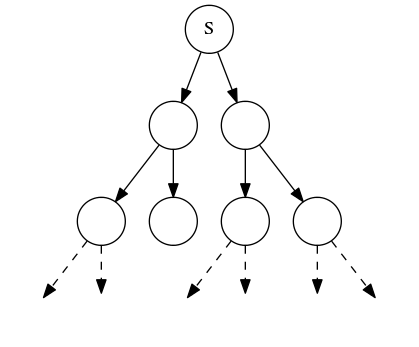
The Graphviz diagram assets/pompend-lemma-parsetree-gesnoeid.png in NorfairKing/ab-notities, before a commit. Its source is kept beside it as assets/pompend-lemma-parsetree-gesnoeid.dot.
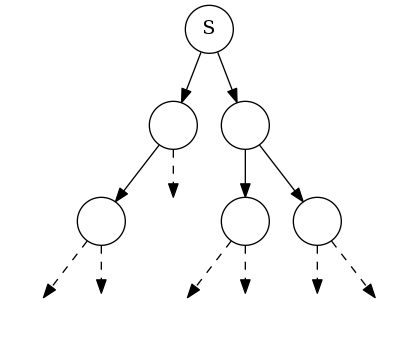
The same file after the commit.

Diff of the diagram source:
```diff
@@ -8,13 +8,13 @@
     s -> s1b;
 
     s1a -> s2a;
-    s1a -> c
 
     s1b -> s3a;
     s1b -> s3b;
 
     node [style="invis"];
     edge [style="dashed"];
+    s1a -> c
 
     s2a -> s4a;
     s2a -> s4b;
```
